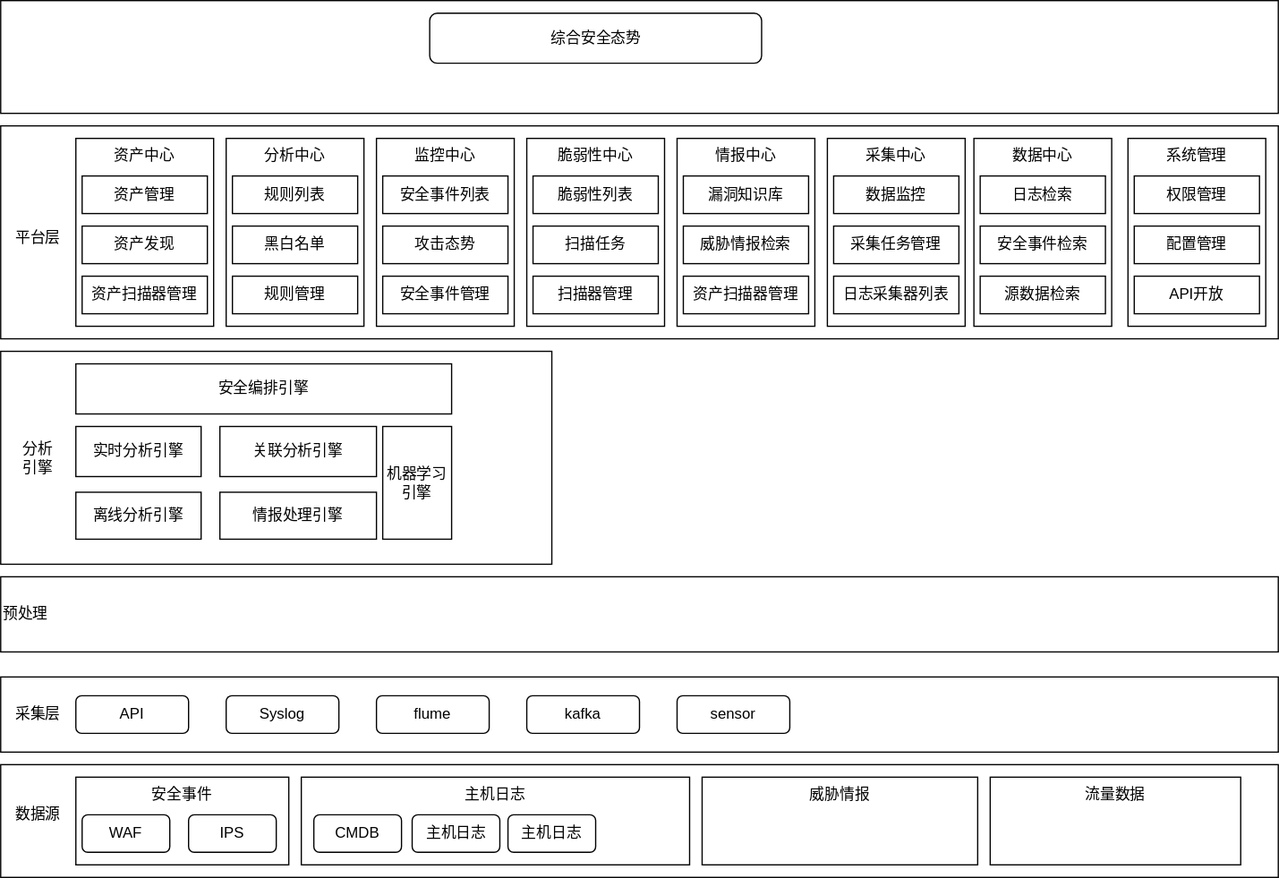
liujianqun/draw keeps this draw.io diagram as 安全大脑二期模块图.svg. Above is the earlier version. Source tidied: cells renumbered, new cells last; positions are measured from the earlier drawing's top-left corner, leaving out a move shared by most shapes.
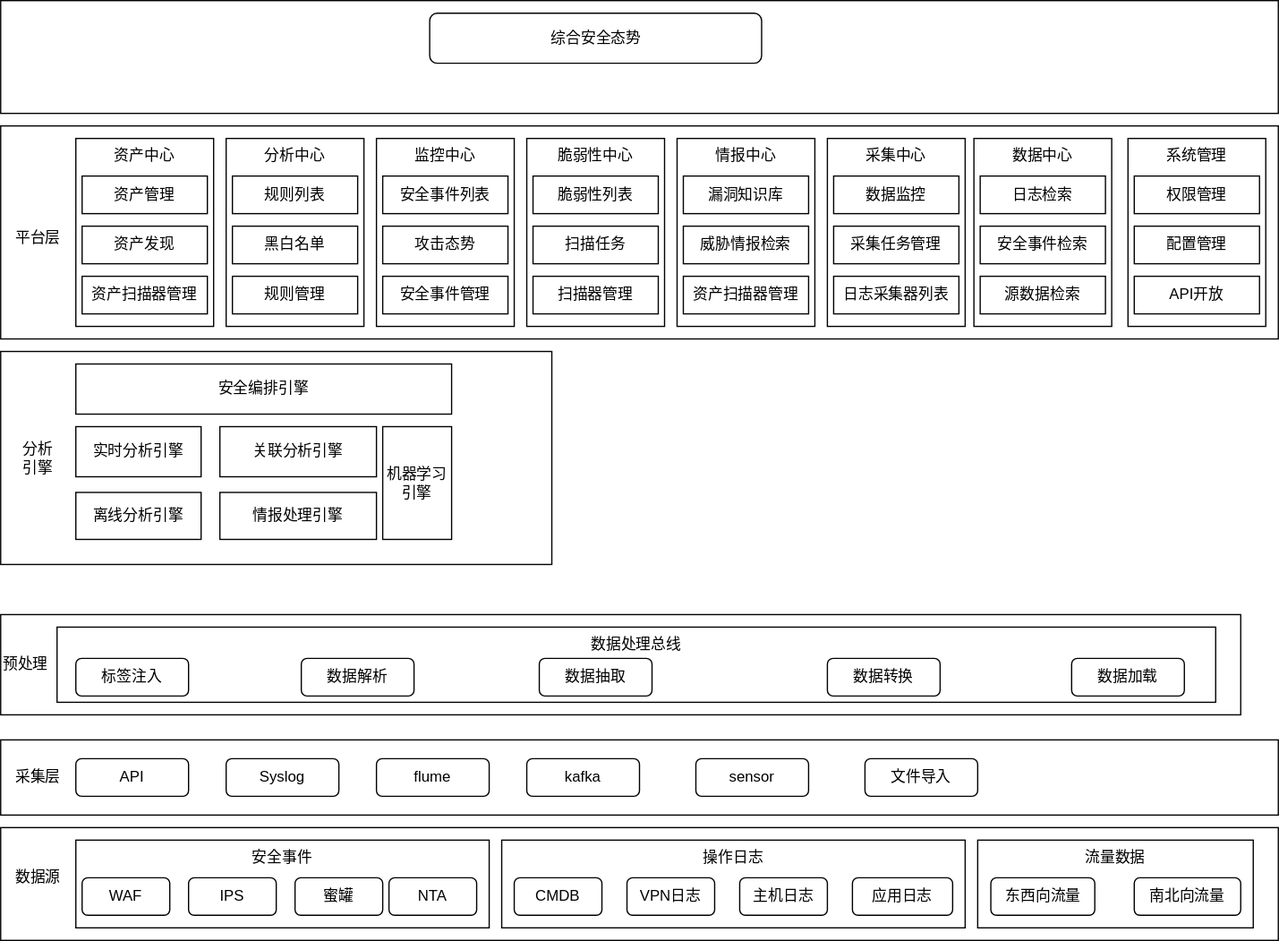
After the commit.

Commit message:
Update 安全大脑二期模块图.svg

Change to the diagram source:
```diff
@@ -2,6 +2,12 @@
   <root>
     <mxCell id="0" />
     <mxCell id="1" parent="0" />
+    <mxCell id="42" value="预处理" style="rounded=0;whiteSpace=wrap;html=1;align=left;" parent="1" vertex="1">
+      <mxGeometry y="490" width="990" height="80" as="geometry" />
+    </mxCell>
+    <mxCell id="65" value="数据处理总线" style="rounded=0;whiteSpace=wrap;html=1;align=center;verticalAlign=top;" parent="1" vertex="1">
+      <mxGeometry x="45" y="500" width="925" height="60" as="geometry" />
+    </mxCell>
     <mxCell id="2" style="rounded=0;whiteSpace=wrap;html=1;" parent="1" vertex="1">
       <mxGeometry width="1020" height="90" as="geometry" />
     </mxCell>
@@ -69,40 +75,37 @@
       <mxGeometry x="15" y="352.5" width="30" height="25" as="geometry" />
     </mxCell>
     <mxCell id="24" style="rounded=0;whiteSpace=wrap;html=1;align=left;" parent="1" vertex="1">
-      <mxGeometry y="540" width="1020" height="60" as="geometry" />
+      <mxGeometry y="590" width="1020" height="60" as="geometry" />
     </mxCell>
     <mxCell id="25" style="rounded=0;whiteSpace=wrap;html=1;align=left;" parent="1" vertex="1">
-      <mxGeometry y="610" width="1020" height="90" as="geometry" />
+      <mxGeometry y="660" width="1020" height="90" as="geometry" />
     </mxCell>
     <mxCell id="26" value="采集层" style="text;html=1;strokeColor=none;fillColor=none;align=center;verticalAlign=middle;whiteSpace=wrap;rounded=0;" parent="1" vertex="1">
-      <mxGeometry x="10" y="560" width="40" height="20" as="geometry" />
+      <mxGeometry x="10" y="610" width="40" height="20" as="geometry" />
     </mxCell>
     <mxCell id="27" value="数据源" style="text;html=1;strokeColor=none;fillColor=none;align=center;verticalAlign=middle;whiteSpace=wrap;rounded=0;" parent="1" vertex="1">
-      <mxGeometry x="10" y="640" width="40" height="20" as="geometry" />
+      <mxGeometry x="10" y="690" width="40" height="20" as="geometry" />
     </mxCell>
     <mxCell id="28" value="安全事件" style="rounded=0;whiteSpace=wrap;html=1;verticalAlign=top;" parent="1" vertex="1">
-      <mxGeometry x="60" y="620" width="170" height="70" as="geometry" />
+      <mxGeometry x="60" y="670" width="330" height="70" as="geometry" />
     </mxCell>
-    <mxCell id="29" value="主机日志" style="rounded=0;whiteSpace=wrap;html=1;verticalAlign=top;" parent="1" vertex="1">
-      <mxGeometry x="240" y="620" width="310" height="70" as="geometry" />
+    <mxCell id="29" value="操作日志" style="rounded=0;whiteSpace=wrap;html=1;verticalAlign=top;" parent="1" vertex="1">
+      <mxGeometry x="400" y="670" width="370" height="70" as="geometry" />
     </mxCell>
-    <mxCell id="30" value="威胁情报" style="rounded=0;whiteSpace=wrap;html=1;verticalAlign=top;" parent="1" vertex="1">
-      <mxGeometry x="560" y="620" width="220" height="70" as="geometry" />
-    </mxCell>
     <mxCell id="31" value="流量数据" style="rounded=0;whiteSpace=wrap;html=1;verticalAlign=top;" parent="1" vertex="1">
-      <mxGeometry x="790" y="620" width="200" height="70" as="geometry" />
+      <mxGeometry x="780" y="670" width="220" height="70" as="geometry" />
     </mxCell>
     <mxCell id="32" value="CMDB" style="rounded=1;whiteSpace=wrap;html=1;" parent="1" vertex="1">
-      <mxGeometry x="250" y="650" width="70" height="30" as="geometry" />
+      <mxGeometry x="410" y="700" width="70" height="30" as="geometry" />
     </mxCell>
     <mxCell id="33" value="主机日志" style="rounded=1;whiteSpace=wrap;html=1;" parent="1" vertex="1">
-      <mxGeometry x="328.5" y="650" width="70" height="30" as="geometry" />
+      <mxGeometry x="590" y="700" width="70" height="30" as="geometry" />
     </mxCell>
-    <mxCell id="34" value="主机日志" style="rounded=1;whiteSpace=wrap;html=1;" parent="1" vertex="1">
-      <mxGeometry x="405" y="650" width="70" height="30" as="geometry" />
+    <mxCell id="34" value="应用日志" style="rounded=1;whiteSpace=wrap;html=1;" parent="1" vertex="1">
+      <mxGeometry x="680" y="700" width="80" height="30" as="geometry" />
     </mxCell>
     <mxCell id="35" value="WAF" style="rounded=1;whiteSpace=wrap;html=1;" parent="1" vertex="1">
-      <mxGeometry x="65" y="650" width="70" height="30" as="geometry" />
+      <mxGeometry x="65" y="700" width="70" height="30" as="geometry" />
     </mxCell>
     <mxCell id="36" value="安全编排引擎" style="rounded=0;whiteSpace=wrap;html=1;" parent="1" vertex="1">
       <mxGeometry x="60" y="290" width="300" height="40" as="geometry" />
@@ -122,26 +125,23 @@
     <mxCell id="41" value="情报处理引擎" style="rounded=0;whiteSpace=wrap;html=1;" parent="1" vertex="1">
       <mxGeometry x="175" y="392.5" width="125" height="37.5" as="geometry" />
     </mxCell>
-    <mxCell id="42" value="预处理" style="rounded=0;whiteSpace=wrap;html=1;align=left;" parent="1" vertex="1">
-      <mxGeometry y="460" width="1020" height="60" as="geometry" />
-    </mxCell>
     <mxCell id="43" value="API" style="rounded=1;whiteSpace=wrap;html=1;align=center;" parent="1" vertex="1">
-      <mxGeometry x="60" y="555" width="90" height="30" as="geometry" />
+      <mxGeometry x="60" y="605" width="90" height="30" as="geometry" />
     </mxCell>
     <mxCell id="44" value="Syslog" style="rounded=1;whiteSpace=wrap;html=1;align=center;" parent="1" vertex="1">
-      <mxGeometry x="180" y="555" width="90" height="30" as="geometry" />
+      <mxGeometry x="180" y="605" width="90" height="30" as="geometry" />
     </mxCell>
     <mxCell id="45" value="flume" style="rounded=1;whiteSpace=wrap;html=1;align=center;" parent="1" vertex="1">
-      <mxGeometry x="300" y="555" width="90" height="30" as="geometry" />
+      <mxGeometry x="300" y="605" width="90" height="30" as="geometry" />
     </mxCell>
     <mxCell id="46" value="kafka" style="rounded=1;whiteSpace=wrap;html=1;align=center;" parent="1" vertex="1">
-      <mxGeometry x="420" y="555" width="90" height="30" as="geometry" />
+      <mxGeometry x="420" y="605" width="90" height="30" as="geometry" />
     </mxCell>
     <mxCell id="47" value="sensor" style="rounded=1;whiteSpace=wrap;html=1;align=center;" parent="1" vertex="1">
-      <mxGeometry x="540" y="555" width="90" height="30" as="geometry" />
+      <mxGeometry x="555" y="605" width="90" height="30" as="geometry" />
     </mxCell>
     <mxCell id="48" value="IPS" style="rounded=1;whiteSpace=wrap;html=1;" parent="1" vertex="1">
-      <mxGeometry x="150" y="650" width="70" height="30" as="geometry" />
+      <mxGeometry x="150" y="700" width="70" height="30" as="geometry" />
     </mxCell>
     <mxCell id="49" value="资产发现" style="rounded=0;whiteSpace=wrap;html=1;" parent="1" vertex="1">
       <mxGeometry x="65" y="180" width="100" height="30" as="geometry" />
@@ -191,5 +191,38 @@
     <mxCell id="64" value="API开放" style="rounded=0;whiteSpace=wrap;html=1;" parent="1" vertex="1">
       <mxGeometry x="905" y="220" width="100" height="30" as="geometry" />
     </mxCell>
+    <mxCell id="66" value="文件导入" style="rounded=1;whiteSpace=wrap;html=1;align=center;" parent="1" vertex="1">
+      <mxGeometry x="690" y="605" width="90" height="30" as="geometry" />
+    </mxCell>
+    <mxCell id="67" value="东西向流量" style="rounded=1;whiteSpace=wrap;html=1;" parent="1" vertex="1">
+      <mxGeometry x="790.5" y="700" width="83" height="30" as="geometry" />
+    </mxCell>
+    <mxCell id="68" value="南北向流量" style="rounded=1;whiteSpace=wrap;html=1;" parent="1" vertex="1">
+      <mxGeometry x="905" y="700" width="85" height="30" as="geometry" />
+    </mxCell>
+    <mxCell id="69" value="标签注入" style="rounded=1;whiteSpace=wrap;html=1;align=center;" parent="1" vertex="1">
+      <mxGeometry x="60" y="525" width="90" height="30" as="geometry" />
+    </mxCell>
+    <mxCell id="70" value="数据解析" style="rounded=1;whiteSpace=wrap;html=1;align=center;" parent="1" vertex="1">
+      <mxGeometry x="240" y="525" width="90" height="30" as="geometry" />
+    </mxCell>
+    <mxCell id="71" value="数据抽取" style="rounded=1;whiteSpace=wrap;html=1;align=center;" parent="1" vertex="1">
+      <mxGeometry x="430" y="525" width="90" height="30" as="geometry" />
+    </mxCell>
+    <mxCell id="72" value="数据转换" style="rounded=1;whiteSpace=wrap;html=1;align=center;" parent="1" vertex="1">
+      <mxGeometry x="660" y="525" width="90" height="30" as="geometry" />
+    </mxCell>
+    <mxCell id="73" value="数据加载" style="rounded=1;whiteSpace=wrap;html=1;align=center;" parent="1" vertex="1">
+      <mxGeometry x="855" y="525" width="90" height="30" as="geometry" />
+    </mxCell>
+    <mxCell id="74" value="蜜罐" style="rounded=1;whiteSpace=wrap;html=1;" parent="1" vertex="1">
+      <mxGeometry x="235" y="700" width="70" height="30" as="geometry" />
+    </mxCell>
+    <mxCell id="75" value="NTA" style="rounded=1;whiteSpace=wrap;html=1;" parent="1" vertex="1">
+      <mxGeometry x="310" y="700" width="70" height="30" as="geometry" />
+    </mxCell>
+    <mxCell id="76" value="VPN日志" style="rounded=1;whiteSpace=wrap;html=1;" parent="1" vertex="1">
+      <mxGeometry x="500" y="700" width="70" height="30" as="geometry" />
+    </mxCell>
   </root>
 </mxGraphModel>
```
